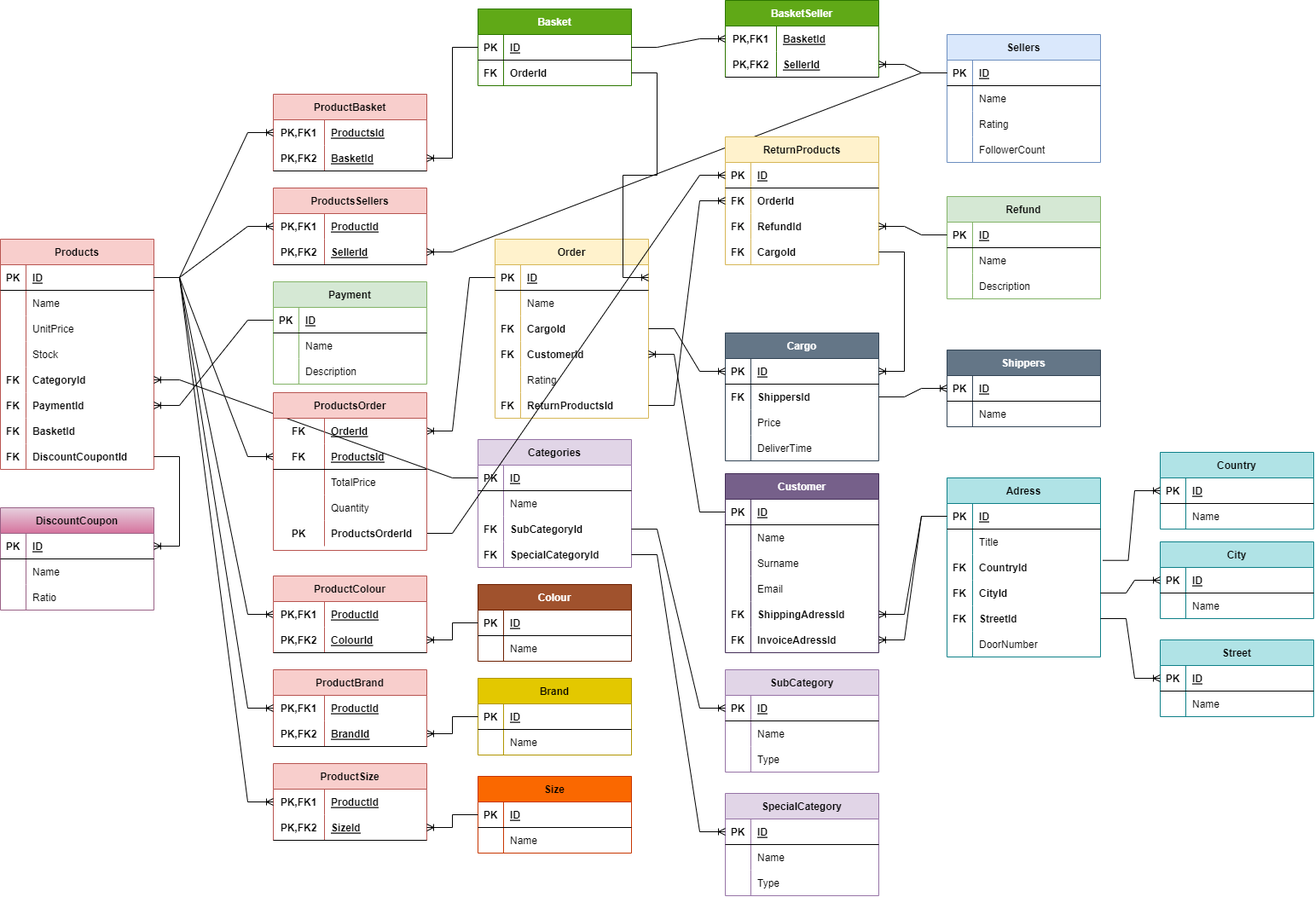
ZakirMK/Etiya-Akademi keeps this draw.io diagram as 24-11-2022_Pair9_HW.drawio.png. Above is the earlier version. Source tidied: cells renumbered, new cells last; positions are measured from the earlier drawing's top-left corner, leaving out a move shared by most shapes.
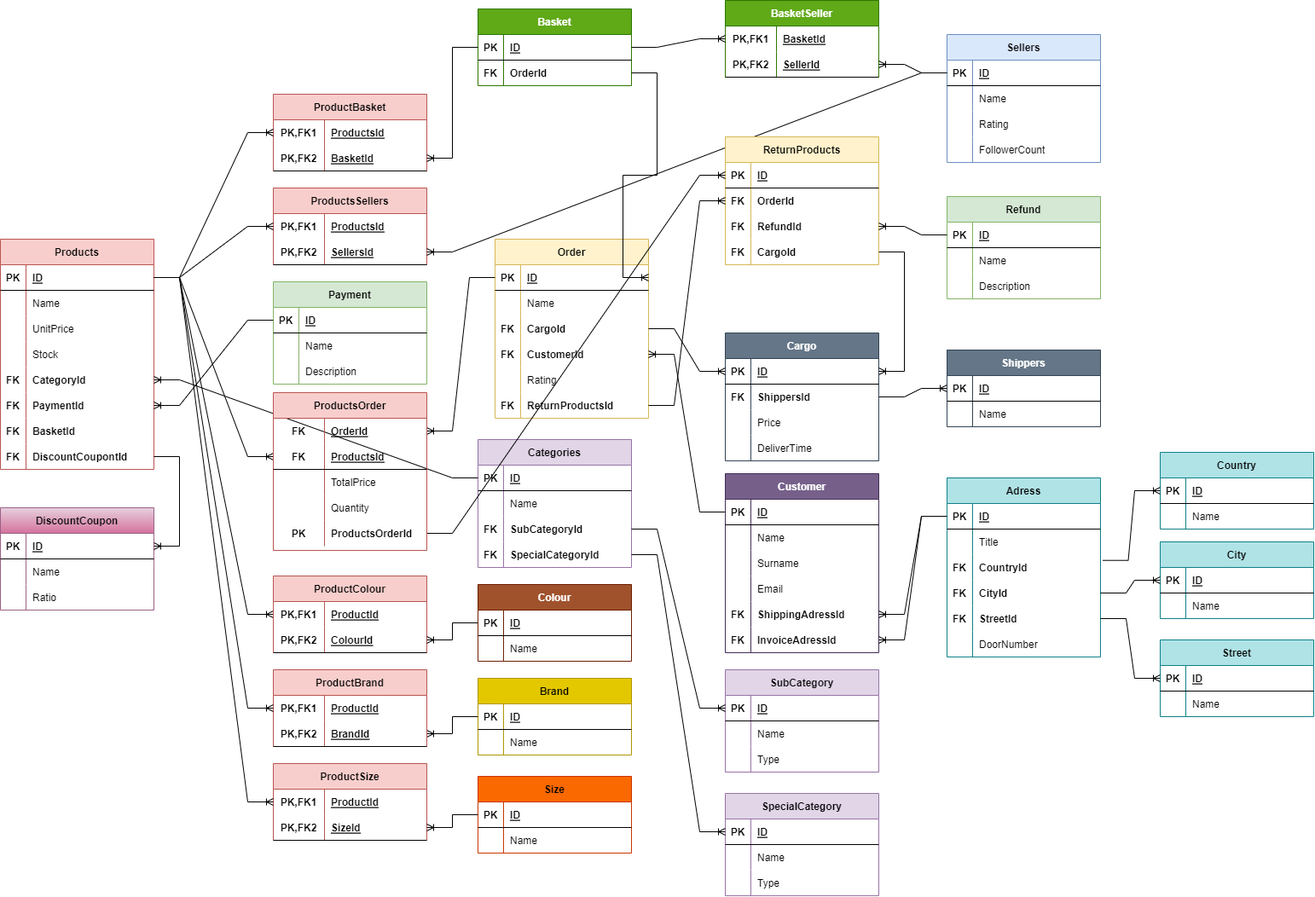
After the change.

Diff of the diagram source:
```diff
@@ -281,7 +281,7 @@
     <mxCell id="94" value="PK,FK1" style="shape=partialRectangle;fillColor=none;top=0;left=0;bottom=0;right=0;fontStyle=1;overflow=hidden;" parent="93" vertex="1">
       <mxGeometry width="60" height="30" as="geometry" />
     </mxCell>
-    <mxCell id="95" value="ProductId" style="shape=partialRectangle;fillColor=none;top=0;left=0;bottom=0;right=0;align=left;spacingLeft=6;fontStyle=5;overflow=hidden;" parent="93" vertex="1">
+    <mxCell id="95" value="ProductsId" style="shape=partialRectangle;fillColor=none;top=0;left=0;bottom=0;right=0;align=left;spacingLeft=6;fontStyle=5;overflow=hidden;" parent="93" vertex="1">
       <mxGeometry x="60" width="120" height="30" as="geometry" />
     </mxCell>
     <mxCell id="96" style="shape=tableRow;horizontal=0;startSize=0;swimlaneHead=0;swimlaneBody=0;fillColor=none;points=[[0,0.5],[1,0.5]];portConstraint=eastwest;top=0;left=0;right=0;bottom=1;" parent="92" vertex="1">
@@ -290,7 +290,7 @@
     <mxCell id="97" value="PK,FK2" style="shape=partialRectangle;fillColor=none;top=0;left=0;bottom=0;right=0;fontStyle=1;overflow=hidden;" parent="96" vertex="1">
       <mxGeometry width="60" height="30" as="geometry" />
     </mxCell>
-    <mxCell id="98" value="SellerId" style="shape=partialRectangle;fillColor=none;top=0;left=0;bottom=0;right=0;align=left;spacingLeft=6;fontStyle=5;overflow=hidden;" parent="96" vertex="1">
+    <mxCell id="98" value="SellersId" style="shape=partialRectangle;fillColor=none;top=0;left=0;bottom=0;right=0;align=left;spacingLeft=6;fontStyle=5;overflow=hidden;" parent="96" vertex="1">
       <mxGeometry x="60" width="120" height="30" as="geometry" />
     </mxCell>
     <mxCell id="99" style="edgeStyle=entityRelationEdgeStyle;fontSize=12;html=1;endArrow=ERoneToMany;rounded=0;exitX=1;exitY=0.5;exitDx=0;exitDy=0;entryX=0;entryY=0.5;entryDx=0;entryDy=0;" parent="1" edge="1" source="3" target="93">
```
